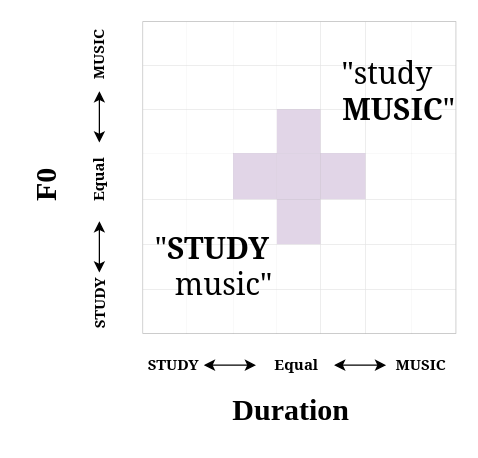
The draw.io diagram analysis.drawio in N1r/harmonic_project, before the edit. Source tidied: cells renumbered, new cells numbered last; positions are measured from the earlier drawing's top-left corner, leaving out a move shared by most shapes. Both pictures are drawn from the tidied source at 125%, with x=0, y=0 at pixel (-58, 21).
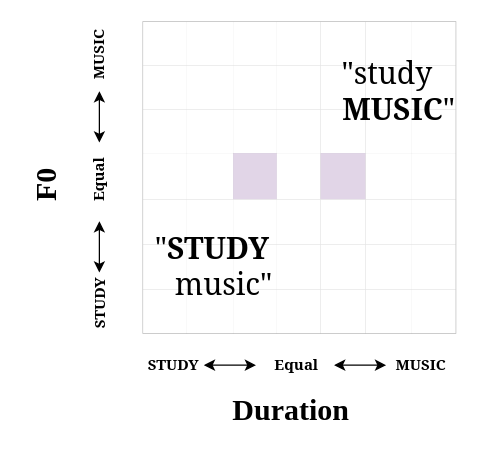
Above is the later version.

The change refers to these unchanged cells:
```xml
<mxCell id="19" style="shape=tableRow;horizontal=0;startSize=0;swimlaneHead=0;swimlaneBody=0;top=0;left=0;bottom=0;right=0;fillColor=none;fontFamily=Georgia;swimlaneFillColor=none;strokeColor=#CCCCCC;" parent="2" vertex="1">
  <mxGeometry y="70" width="250" height="35" as="geometry" />
</mxCell>
<mxCell id="27" style="shape=tableRow;horizontal=0;startSize=0;swimlaneHead=0;swimlaneBody=0;top=0;left=0;bottom=0;right=0;fillColor=none;fontFamily=Georgia;swimlaneFillColor=none;strokeColor=#CCCCCC;" parent="2" vertex="1">
  <mxGeometry y="105" width="250" height="37" as="geometry" />
</mxCell>
<mxCell id="35" style="shape=tableRow;horizontal=0;startSize=0;swimlaneHead=0;swimlaneBody=0;top=0;left=0;bottom=0;right=0;fillColor=none;fontFamily=Georgia;swimlaneFillColor=none;strokeColor=#CCCCCC;" parent="2" vertex="1">
  <mxGeometry y="142" width="250" height="36" as="geometry" />
</mxCell>
```

The edit, as a diff of the source:
```diff
@@
-    <mxCell id="23" style="shape=partialRectangle;html=1;whiteSpace=wrap;top=0;left=0;bottom=0;right=0;overflow=hidden;fontFamily=Georgia;swimlaneFillColor=none;fillColor=#e1d5e7;strokeColor=#9673a6;" parent="19" vertex="1">
+    <mxCell id="23" style="shape=partialRectangle;html=1;whiteSpace=wrap;top=0;left=0;bottom=0;right=0;overflow=hidden;fontFamily=Georgia;swimlaneFillColor=none;" parent="19" vertex="1">
       <mxGeometry x="107" width="35" height="35" as="geometry" />
     </mxCell>
@@
-    <mxCell id="31" style="shape=partialRectangle;html=1;whiteSpace=wrap;top=0;left=0;bottom=0;right=0;overflow=hidden;fontFamily=Georgia;swimlaneFillColor=none;fillColor=#e1d5e7;strokeColor=#9673a6;" parent="27" vertex="1">
+    <mxCell id="31" style="shape=partialRectangle;html=1;whiteSpace=wrap;top=0;left=0;bottom=0;right=0;overflow=hidden;fontFamily=Georgia;swimlaneFillColor=none;" parent="27" vertex="1">
       <mxGeometry x="107" width="35" height="37" as="geometry" />
     </mxCell>
@@
-    <mxCell id="39" style="shape=partialRectangle;html=1;whiteSpace=wrap;top=0;left=0;bottom=0;right=0;overflow=hidden;fontFamily=Georgia;swimlaneFillColor=none;fillColor=#e1d5e7;strokeColor=#9673a6;" parent="35" vertex="1">
+    <mxCell id="39" style="shape=partialRectangle;html=1;whiteSpace=wrap;top=0;left=0;bottom=0;right=0;overflow=hidden;fontFamily=Georgia;swimlaneFillColor=none;" parent="35" vertex="1">
       <mxGeometry x="107" width="35" height="36" as="geometry" />
     </mxCell>
```
